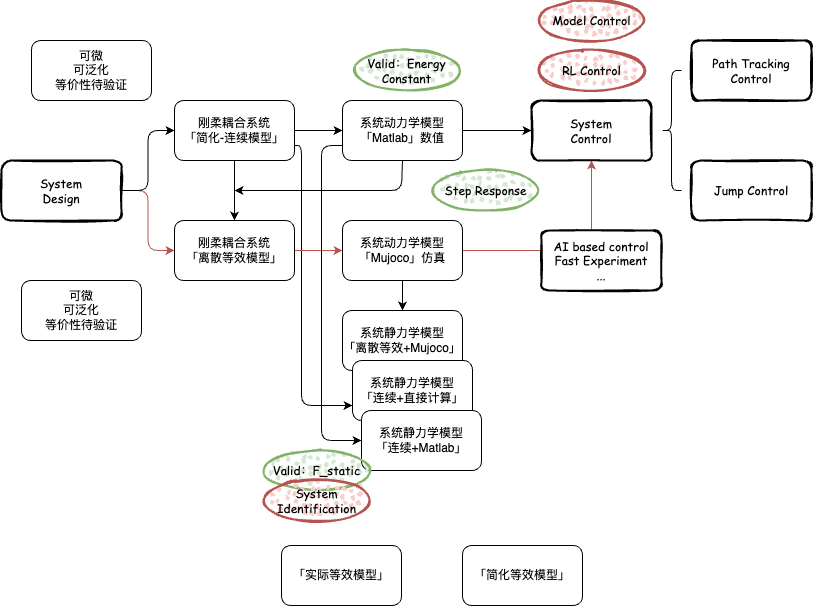
Earlier version of the draw.io export figure/等效idea.drawio.png (fly-pigTH/EquiMus). Source tidied: cells renumbered, new cells last; positions are measured from the earlier drawing's top-left corner, leaving out a move shared by most shapes.
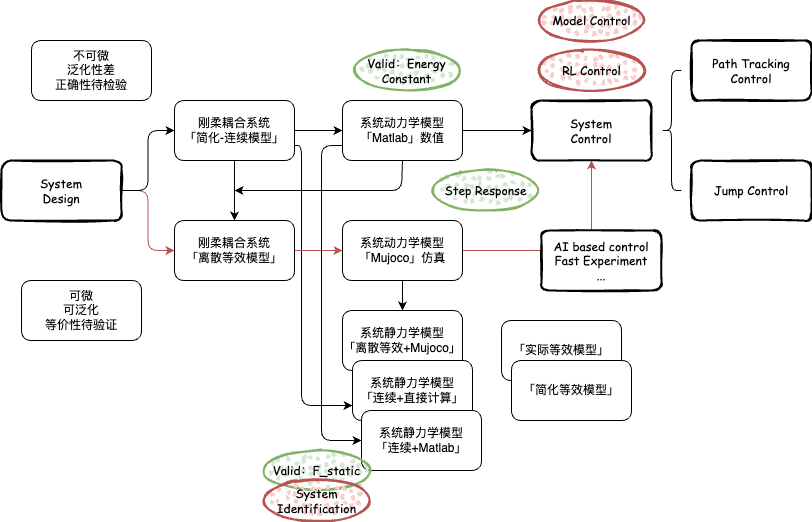
After the change.

Change to the diagram source:
```diff
@@ -57,11 +57,8 @@
     <mxCell id="14" value="系统动力学模型&lt;br&gt;「Mujoco」仿真" style="rounded=1;whiteSpace=wrap;html=1;" parent="1" vertex="1">
       <mxGeometry x="341" y="220" width="120" height="60" as="geometry" />
     </mxCell>
-    <mxCell id="15" value="「简化等效模型」" style="rounded=1;whiteSpace=wrap;html=1;" parent="1" vertex="1">
-      <mxGeometry x="461" y="545" width="120" height="60" as="geometry" />
-    </mxCell>
     <mxCell id="16" value="「实际等效模型」" style="rounded=1;whiteSpace=wrap;html=1;" parent="1" vertex="1">
-      <mxGeometry x="280" y="545" width="120" height="60" as="geometry" />
+      <mxGeometry x="500" y="320" width="120" height="60" as="geometry" />
     </mxCell>
     <mxCell id="17" value="System &lt;br&gt;Control" style="rounded=1;whiteSpace=wrap;html=1;strokeWidth=2;fillWeight=4;hachureGap=8;hachureAngle=45;fillColor=none;sketch=1;fillStyle=auto;fontFamily=Comic Sans MS;" parent="1" vertex="1">
       <mxGeometry x="530" y="100" width="120" height="60" as="geometry" />
@@ -117,8 +114,11 @@
     <mxCell id="34" value="可微&lt;br&gt;可泛化&lt;br&gt;等价性待验证" style="rounded=1;whiteSpace=wrap;html=1;" parent="1" vertex="1">
       <mxGeometry x="20" y="280" width="120" height="60" as="geometry" />
     </mxCell>
-    <mxCell id="35" value="可微&lt;br&gt;可泛化&lt;br&gt;等价性待验证" style="rounded=1;whiteSpace=wrap;html=1;" parent="1" vertex="1">
+    <mxCell id="35" value="不可微&lt;br&gt;泛化性差&lt;br&gt;正确性待检验" style="rounded=1;whiteSpace=wrap;html=1;" parent="1" vertex="1">
       <mxGeometry x="30" y="40" width="120" height="60" as="geometry" />
     </mxCell>
+    <mxCell id="15" value="「简化等效模型」" style="rounded=1;whiteSpace=wrap;html=1;" parent="1" vertex="1">
+      <mxGeometry x="510" y="360" width="120" height="60" as="geometry" />
+    </mxCell>
   </root>
 </mxGraphModel>
```
